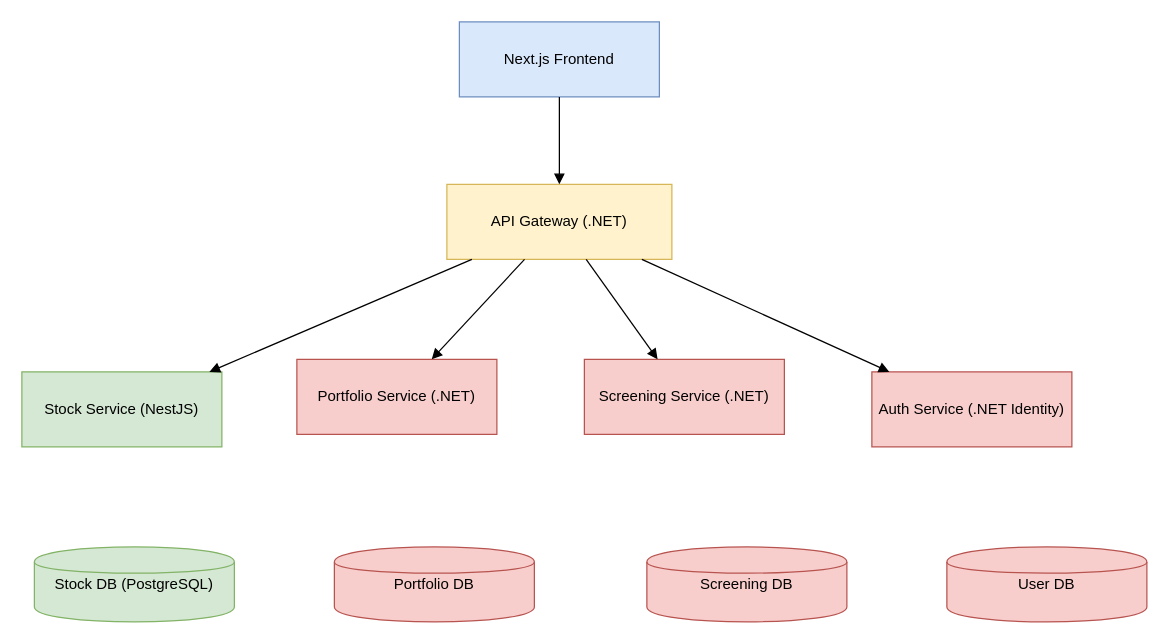
Earlier version of the draw.io diagram architecture-diagram/architecture-mico-services.drawio (finart-vn/.github). Source tidied: cells renumbered, new cells numbered last; positions are measured from the earlier drawing's top-left corner, leaving out a move shared by most shapes. Both pictures are drawn from the tidied source at 125%, with x=0, y=0 at pixel (21, 21).
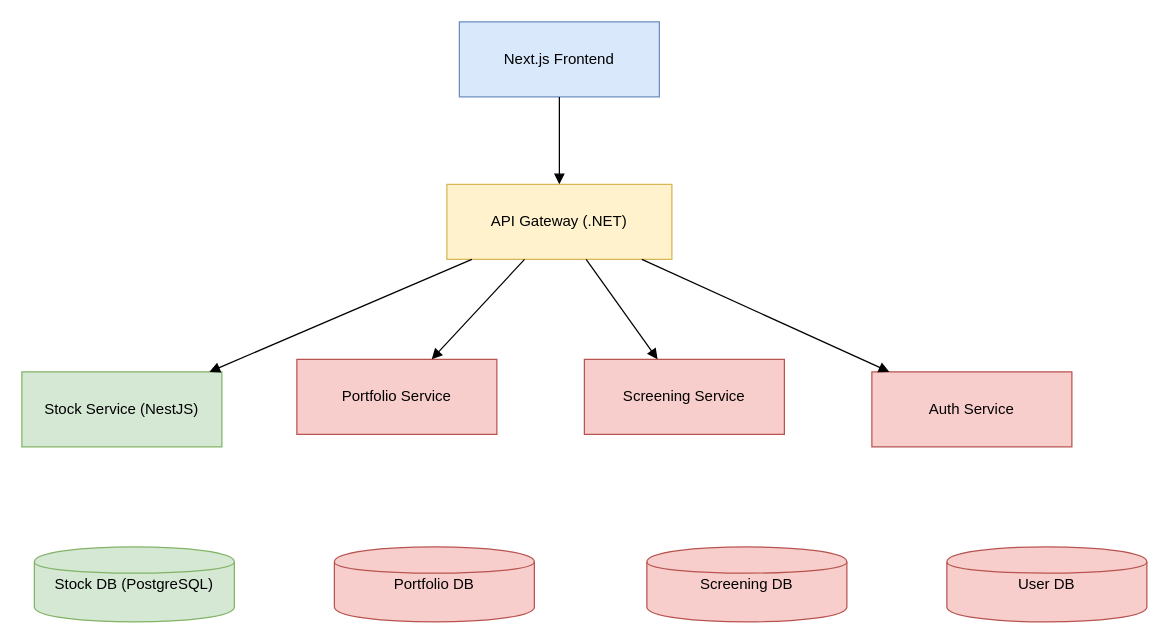
Above is the later version.

The edit, as a diff of the source:
```diff
@@
 <mxGraphModel>
   <root>
     <mxCell id="0" />
     <mxCell id="1" parent="0" />
     <mxCell id="2" value="Next.js Frontend" style="shape=rectangle;whiteSpace=wrap;html=1;fillColor=#dae8fc;strokeColor=#6c8ebf;" parent="1" vertex="1">
       <mxGeometry x="350" width="160" height="60" as="geometry" />
     </mxCell>
     <mxCell id="3" value="API Gateway (.NET)" style="shape=rectangle;whiteSpace=wrap;html=1;fillColor=#fff2cc;strokeColor=#d6b656;" parent="1" vertex="1">
       <mxGeometry x="340" y="130" width="180" height="60" as="geometry" />
     </mxCell>
     <mxCell id="4" value="Stock Service (NestJS)" style="shape=rectangle;whiteSpace=wrap;html=1;fillColor=#d5e8d4;strokeColor=#82b366;" parent="1" vertex="1">
       <mxGeometry y="280" width="160" height="60" as="geometry" />
     </mxCell>
-    <mxCell id="5" value="Portfolio Service (.NET)" style="shape=rectangle;whiteSpace=wrap;html=1;fillColor=#f8cecc;strokeColor=#b85450;" parent="1" vertex="1">
+    <mxCell id="5" value="Portfolio Service" style="shape=rectangle;whiteSpace=wrap;html=1;fillColor=#f8cecc;strokeColor=#b85450;" parent="1" vertex="1">
       <mxGeometry x="220" y="270" width="160" height="60" as="geometry" />
     </mxCell>
-    <mxCell id="6" value="Screening Service (.NET)" style="shape=rectangle;whiteSpace=wrap;html=1;fillColor=#f8cecc;strokeColor=#b85450;" parent="1" vertex="1">
+    <mxCell id="6" value="Screening Service" style="shape=rectangle;whiteSpace=wrap;html=1;fillColor=#f8cecc;strokeColor=#b85450;" parent="1" vertex="1">
       <mxGeometry x="450" y="270" width="160" height="60" as="geometry" />
     </mxCell>
-    <mxCell id="7" value="Auth Service (.NET Identity)" style="shape=rectangle;whiteSpace=wrap;html=1;fillColor=#f8cecc;strokeColor=#b85450;" parent="1" vertex="1">
+    <mxCell id="7" value="Auth Service" style="shape=rectangle;whiteSpace=wrap;html=1;fillColor=#f8cecc;strokeColor=#b85450;" parent="1" vertex="1">
       <mxGeometry x="680" y="280" width="160" height="60" as="geometry" />
     </mxCell>
     <mxCell id="8" value="Stock DB (PostgreSQL)" style="shape=cylinder;whiteSpace=wrap;html=1;fillColor=#d5e8d4;strokeColor=#82b366;" parent="1" vertex="1">
       <mxGeometry x="10" y="420" width="160" height="60" as="geometry" />
     </mxCell>
     <mxCell id="9" value="Portfolio DB" style="shape=cylinder;whiteSpace=wrap;html=1;fillColor=#f8cecc;strokeColor=#b85450;" parent="1" vertex="1">
       <mxGeometry x="250" y="420" width="160" height="60" as="geometry" />
     </mxCell>
     <mxCell id="10" value="Screening DB" style="shape=cylinder;whiteSpace=wrap;html=1;fillColor=#f8cecc;strokeColor=#b85450;" parent="1" vertex="1">
       <mxGeometry x="500" y="420" width="160" height="60" as="geometry" />
     </mxCell>
     <mxCell id="11" value="User DB" style="shape=cylinder;whiteSpace=wrap;html=1;fillColor=#f8cecc;strokeColor=#b85450;" parent="1" vertex="1">
       <mxGeometry x="740" y="420" width="160" height="60" as="geometry" />
     </mxCell>
     <mxCell id="12" style="endArrow=block;html=1;" parent="1" edge="1" source="2" target="3">
       <mxGeometry relative="1" as="geometry" />
     </mxCell>
     <mxCell id="13" style="endArrow=block;html=1;" parent="1" edge="1" source="3" target="4">
       <mxGeometry relative="1" as="geometry" />
     </mxCell>
     <mxCell id="14" style="endArrow=block;html=1;" parent="1" edge="1" source="3" target="5">
       <mxGeometry relative="1" as="geometry" />
     </mxCell>
     <mxCell id="15" style="endArrow=block;html=1;" parent="1" edge="1" source="3" target="6">
       <mxGeometry relative="1" as="geometry" />
     </mxCell>
     <mxCell id="16" style="endArrow=block;html=1;" parent="1" edge="1" source="3" target="7">
       <mxGeometry relative="1" as="geometry" />
     </mxCell>
   </root>
 </mxGraphModel>
```
